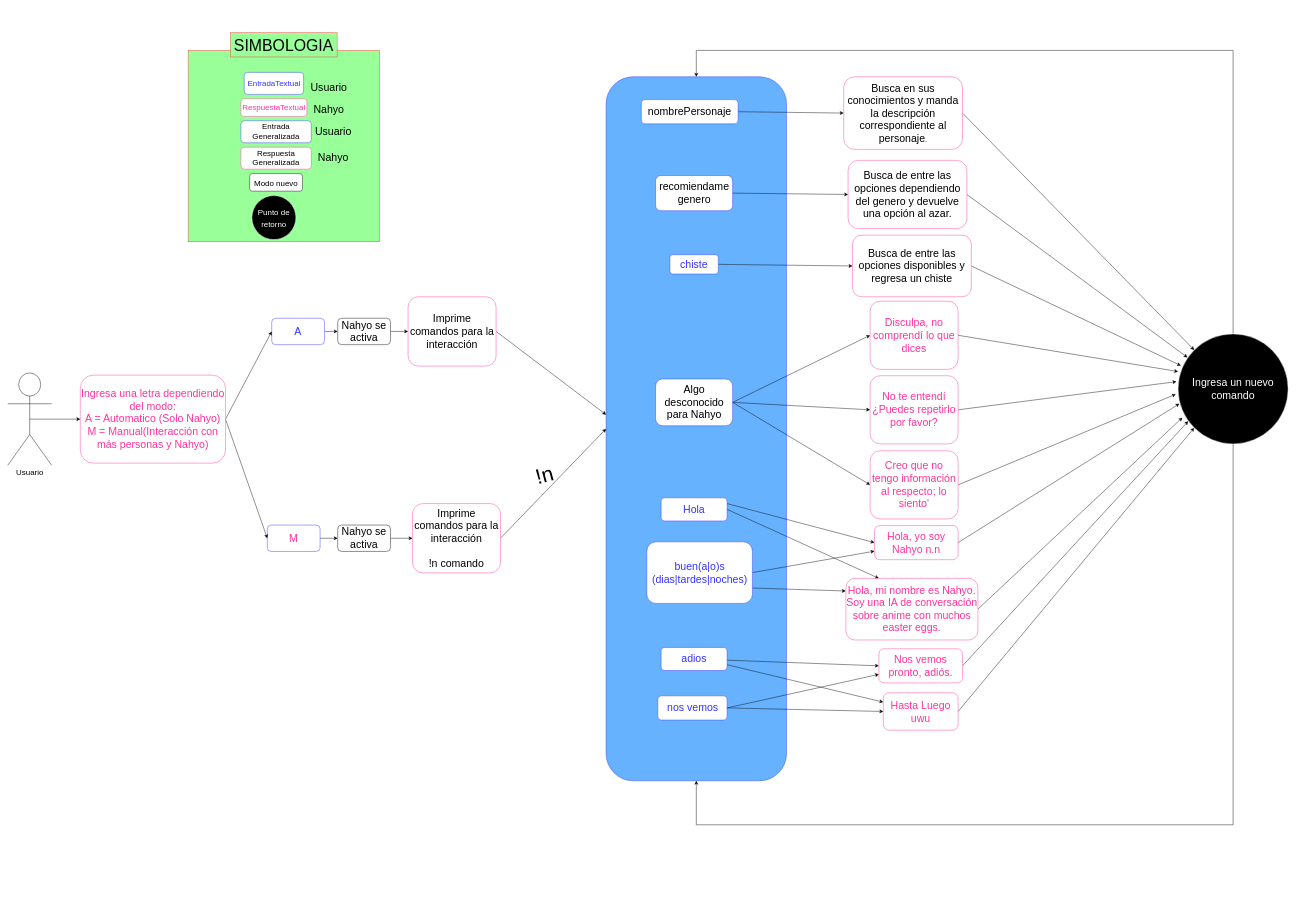
This is Diagrama/DiagramaGeneral.drawio from cynthializbeth/ChatBot, a draw.io file, before an edit. Source tidied: cells renumbered, new cells numbered last; positions are measured from the earlier drawing's top-left corner, leaving out a move shared by most shapes. Both pictures are drawn from the tidied source at 44%, with x=0, y=0 at pixel (7, 33).
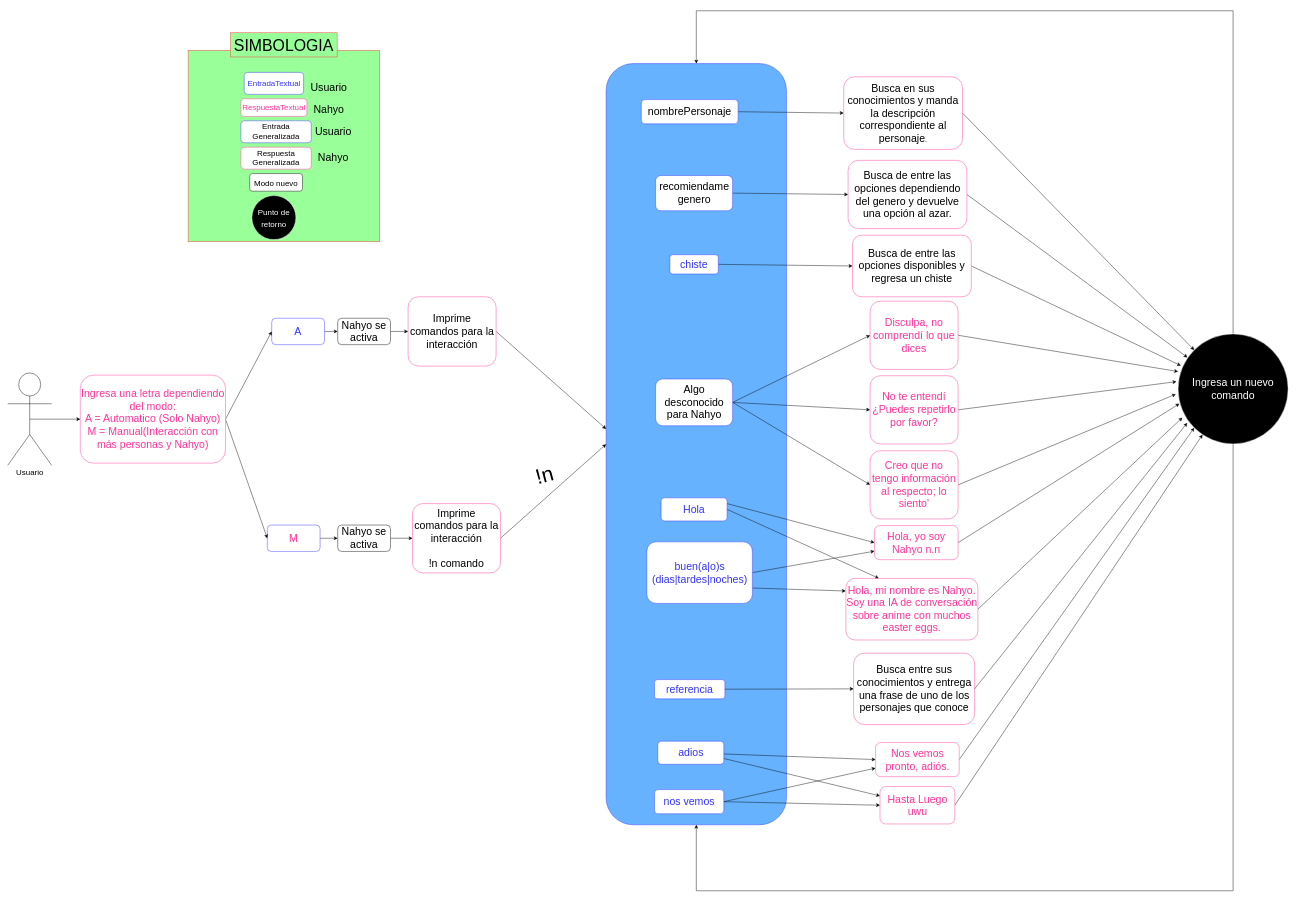
The same page after the edit.

Unchanged cells that the change refers to:
```xml
<mxCell id="74" value="&lt;font color=&quot;#FFFFFF&quot;&gt;Ingresa un nuevo comando&lt;/font&gt;" style="ellipse;whiteSpace=wrap;html=1;fontSize=24;fontColor=#3333FF;strokeColor=#FFFFFF;fillColor=#000000;" parent="1" vertex="1">
  <mxGeometry x="2660" y="684.4" width="250" height="250" as="geometry" />
</mxCell>
```

Diff of the diagram source:
```diff
@@
     <mxCell id="2" style="rounded=1;whiteSpace=wrap;html=1;fontSize=24;fontColor=#FFFFFF;strokeColor=#3333FF;fillColor=#66B2FF;direction=south;" parent="1" vertex="1">
-      <mxGeometry x="1360" y="100" width="410" height="1600" as="geometry" />
+      <mxGeometry x="1360" y="70" width="410" height="1730" as="geometry" />
     </mxCell>
@@
     <mxCell id="64" value="&lt;font style=&quot;font-size: 24px;&quot; color=&quot;#3333FF&quot;&gt;adios&lt;/font&gt;" style="rounded=1;whiteSpace=wrap;html=1;strokeColor=#3333FF;" parent="1" vertex="1">
-      <mxGeometry x="1485" y="1396.9" width="150" height="52.5" as="geometry" />
+      <mxGeometry x="1477.5" y="1610" width="150" height="52.5" as="geometry" />
     </mxCell>
@@
     <mxCell id="67" value="&lt;font style=&quot;font-size: 24px;&quot; color=&quot;#3333FF&quot;&gt;nos vemos&lt;br&gt;&lt;/font&gt;" style="rounded=1;whiteSpace=wrap;html=1;strokeColor=#3333FF;" parent="1" vertex="1">
-      <mxGeometry x="1477.5" y="1506.9" width="157.5" height="55" as="geometry" />
+      <mxGeometry x="1470" y="1720" width="157.5" height="55" as="geometry" />
     </mxCell>
-    <mxCell id="68" style="edgeStyle=none;rounded=0;jettySize=auto;html=1;exitX=1;exitY=0.5;exitDx=0;exitDy=0;entryX=0.092;entryY=0.794;entryDx=0;entryDy=0;fontSize=24;fontColor=#FFFFFF;entryPerimeter=0;" parent="1" edge="1" source="69" target="74">
+    <mxCell id="68" style="edgeStyle=none;rounded=0;jettySize=auto;html=1;exitX=1;exitY=0.5;exitDx=0;exitDy=0;entryX=0;entryY=1;entryDx=0;entryDy=0;fontSize=24;fontColor=#FFFFFF;" parent="1" edge="1" source="69" target="74">
       <mxGeometry relative="1" as="geometry" />
     </mxCell>
     <mxCell id="69" value="&lt;font style=&quot;font-size: 24px;&quot; color=&quot;#FF3399&quot;&gt;Nos vemos pronto, adiós.&lt;br&gt;&lt;/font&gt;" style="rounded=1;whiteSpace=wrap;html=1;strokeColor=#FF3399;" parent="1" vertex="1">
-      <mxGeometry x="1980" y="1400" width="190" height="77.5" as="geometry" />
+      <mxGeometry x="1972.5" y="1613.1" width="190" height="77.5" as="geometry" />
     </mxCell>
-    <mxCell id="70" style="edgeStyle=none;rounded=0;jettySize=auto;html=1;exitX=1;exitY=0.5;exitDx=0;exitDy=0;fontSize=24;fontColor=#FFFFFF;entryX=0;entryY=1;entryDx=0;entryDy=0;" parent="1" edge="1" source="71" target="74">
+    <mxCell id="70" style="edgeStyle=none;rounded=0;jettySize=auto;html=1;exitX=1;exitY=0.5;exitDx=0;exitDy=0;fontSize=24;fontColor=#FFFFFF;" parent="1" edge="1" source="71" target="74">
       <mxGeometry relative="1" as="geometry" />
     </mxCell>
     <mxCell id="71" value="&lt;font style=&quot;font-size: 24px;&quot; color=&quot;#FF3399&quot;&gt;Hasta Luego uwu&lt;br&gt;&lt;/font&gt;" style="rounded=1;whiteSpace=wrap;html=1;strokeColor=#FF3399;" parent="1" vertex="1">
-      <mxGeometry x="1990" y="1500" width="170" height="85" as="geometry" />
+      <mxGeometry x="1982.5" y="1713.1" width="170" height="85" as="geometry" />
     </mxCell>
     <mxCell id="72" style="edgeStyle=orthogonalEdgeStyle;rounded=0;jettySize=auto;html=1;exitX=0.5;exitY=0;exitDx=0;exitDy=0;entryX=0;entryY=0.5;entryDx=0;entryDy=0;fontSize=24;fontColor=#FFFFFF;" parent="1" edge="1" source="74" target="2">
       <mxGeometry relative="1" as="geometry">
         <Array as="points">
-          <mxPoint x="2785" y="40" />
-          <mxPoint x="1565" y="40" />
+          <mxPoint x="2785" y="-50" />
+          <mxPoint x="1565" y="-50" />
         </Array>
       </mxGeometry>
     </mxCell>
     <mxCell id="73" style="edgeStyle=orthogonalEdgeStyle;rounded=0;jettySize=auto;html=1;exitX=0.5;exitY=1;exitDx=0;exitDy=0;entryX=1;entryY=0.5;entryDx=0;entryDy=0;fontSize=24;fontColor=#FFFFFF;" parent="1" edge="1" source="74" target="2">
       <mxGeometry relative="1" as="geometry">
         <Array as="points">
-          <mxPoint x="2785" y="1800" />
-          <mxPoint x="1565" y="1800" />
+          <mxPoint x="2785" y="1950" />
+          <mxPoint x="1565" y="1950" />
         </Array>
       </mxGeometry>
     </mxCell>
@@
+    <mxCell id="78" value="&lt;font style=&quot;font-size: 24px;&quot; color=&quot;#3333FF&quot;&gt;referencia&lt;/font&gt;" style="rounded=1;whiteSpace=wrap;html=1;strokeColor=#3333FF;" parent="1" vertex="1">
+      <mxGeometry x="1470" y="1470" width="160" height="43.8" as="geometry" />
+    </mxCell>
+    <mxCell id="79" style="edgeStyle=none;rounded=0;jettySize=auto;html=1;exitX=1;exitY=0.5;exitDx=0;exitDy=0;entryX=0;entryY=0.5;entryDx=0;entryDy=0;" parent="1" edge="1" source="78" target="80">
+      <mxGeometry relative="1" as="geometry" />
+    </mxCell>
+    <mxCell id="80" value="&lt;span style=&quot;font-size: 24px;&quot;&gt;Busca entre sus conocimientos y entrega una frase de uno de los personajes que conoce&lt;/span&gt;&lt;font style=&quot;font-size: 24px;&quot; color=&quot;#FF3399&quot;&gt;&lt;br&gt;&lt;/font&gt;" style="rounded=1;whiteSpace=wrap;html=1;strokeColor=#FF3399;" parent="1" vertex="1">
+      <mxGeometry x="1922.5" y="1410" width="275" height="162.2" as="geometry" />
+    </mxCell>
+    <mxCell id="81" style="edgeStyle=none;rounded=0;jettySize=auto;html=1;exitX=1;exitY=0.5;exitDx=0;exitDy=0;fontSize=24;fontColor=#FFFFFF;entryX=0.083;entryY=0.809;entryDx=0;entryDy=0;entryPerimeter=0;" parent="1" edge="1" source="80" target="74">
+      <mxGeometry relative="1" as="geometry" />
+    </mxCell>
```
